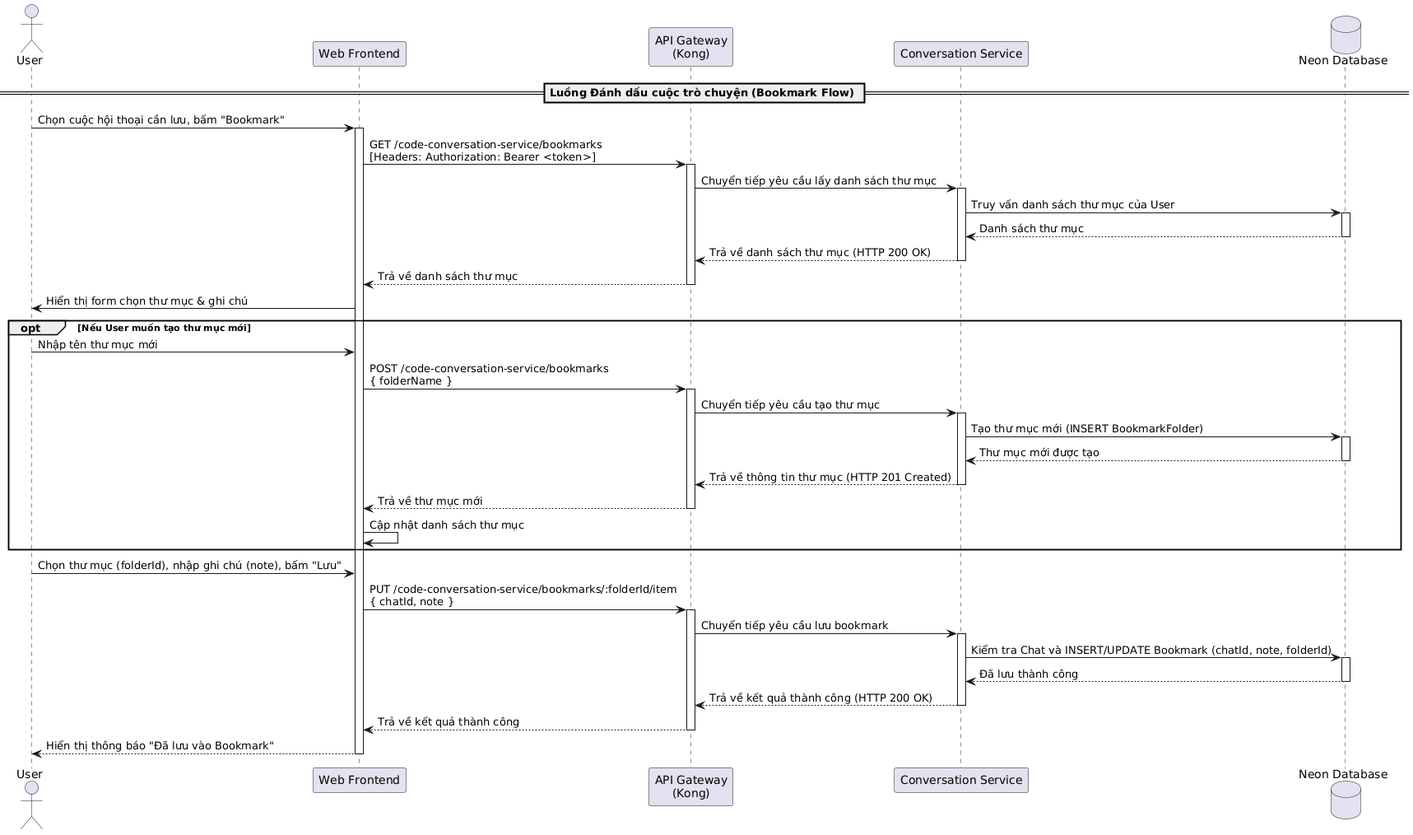
The PlantUML diagram temp/05-sequence/UML-Sequence-21.png in 20206205Tech/docs-uml, before a commit.
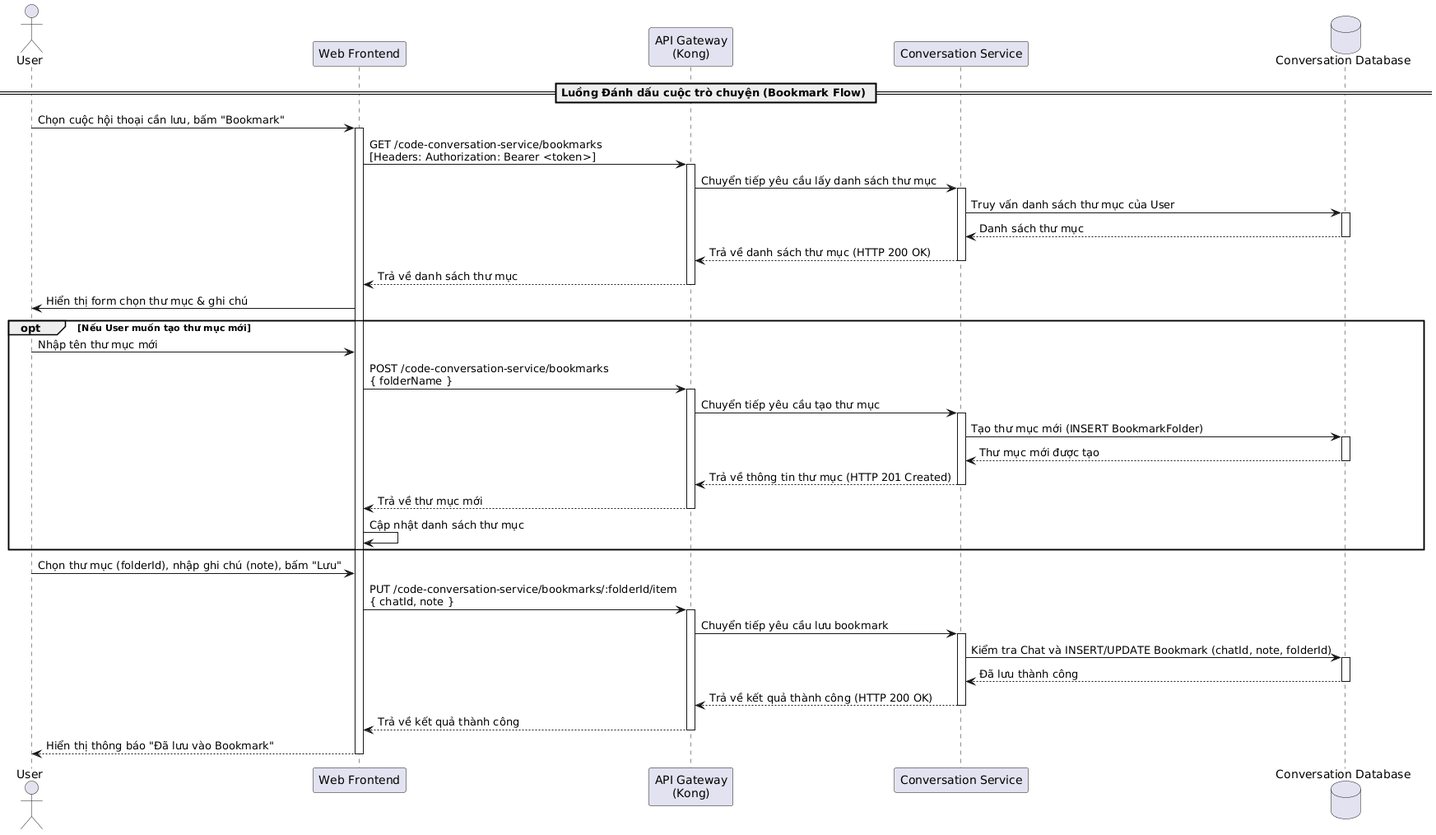
Above is the later version.

Change to the diagram source:
```diff
@@ -3,7 +3,7 @@
 participant "Web Frontend" as Frontend
 participant "API Gateway\n(Kong)" as Kong
 participant "Conversation Service" as ConvService
-database "Neon Database" as DB
+database "Conversation Database" as DB
 
 == Luồng Đánh dấu cuộc trò chuyện (Bookmark Flow) ==
 User -> Frontend: Chọn cuộc hội thoại cần lưu, bấm "Bookmark"
```
